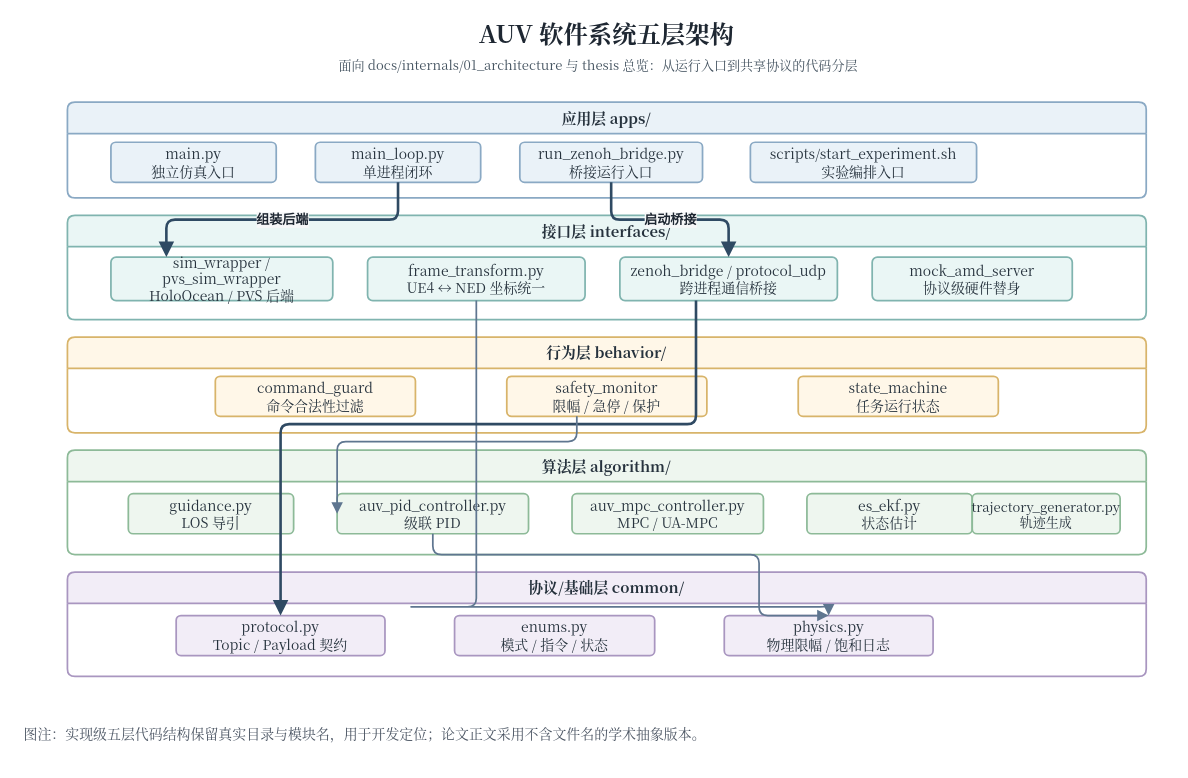
The draw.io diagram docs/internals/figures/architecture/auv_code_layer_architecture.drawio in 360ZMEM/AUV-Master-Project, before the edit. Source tidied: cells renumbered, new cells numbered last; positions are measured from the earlier drawing's top-left corner, leaving out a move shared by most shapes. Both pictures are drawn from the tidied source at 87%, with x=0, y=0 at pixel (15, 15).
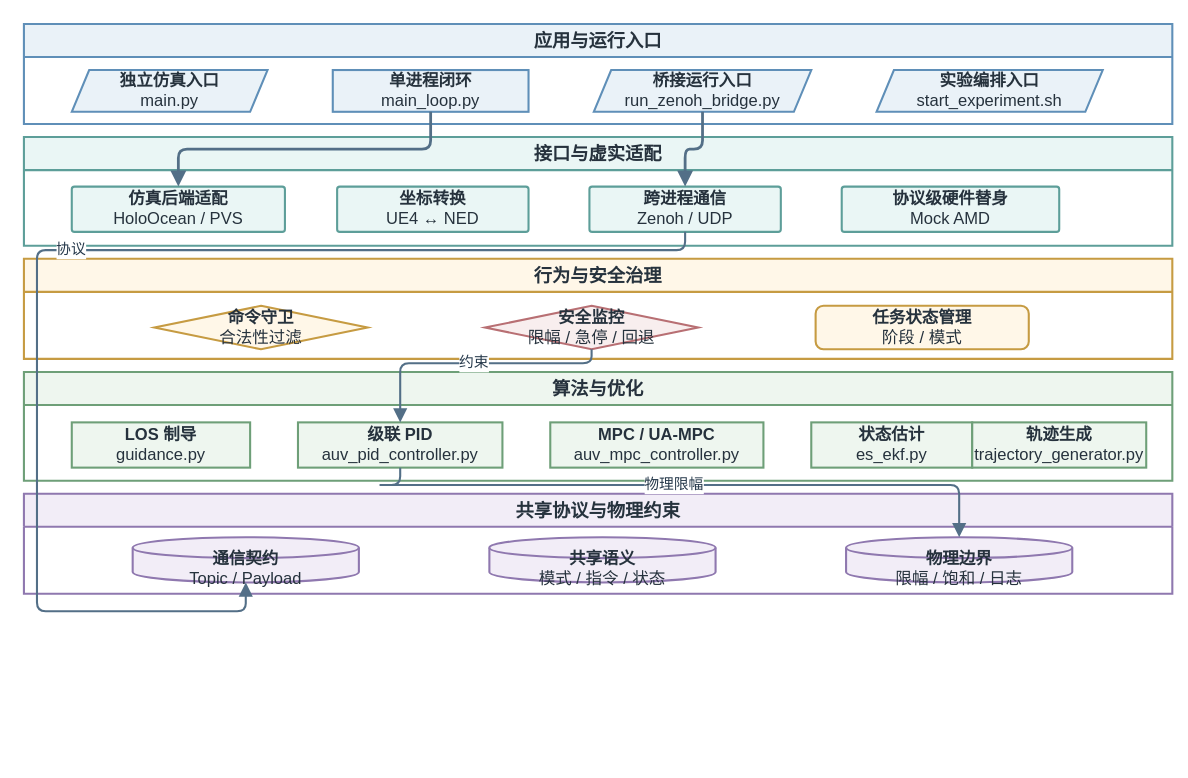
After the change.

The edit, as a diff of the source:
```diff
@@
-    <mxCell id="2" value="AUV 软件系统五层架构" style="text;html=1;strokeColor=none;fillColor=none;align=center;verticalAlign=middle;whiteSpace=wrap;rounded=0;fontFamily=Noto Serif CJK SC,Times New Roman;fontSize=28;fontStyle=1;fontColor=#1E2732;" parent="1" vertex="1">
-      <mxGeometry x="370" width="620" height="40" as="geometry" />
-    </mxCell>
-    <mxCell id="3" value="面向 docs/internals/01_architecture 与 thesis 总览：从运行入口到共享协议的代码分层" style="text;html=1;strokeColor=none;fillColor=none;align=left;verticalAlign=top;whiteSpace=wrap;rounded=0;fontFamily=Noto Serif CJK SC,Times New Roman;fontSize=15;fontColor=#43525F;" parent="1" vertex="1">
-      <mxGeometry x="370" y="42" width="660" height="34" as="geometry" />
-    </mxCell>
-    <mxCell id="4" value="应用层 apps/" style="swimlane;whiteSpace=wrap;html=1;startSize=36;rounded=1;arcSize=8;fillColor=#EAF2F8;strokeColor=#8AA9C4;strokeWidth=2;fontFamily=Noto Serif CJK SC,Times New Roman;fontSize=16;fontColor=#26323D;fontStyle=1;fontSize=17;" parent="1" vertex="1">
-      <mxGeometry x="60" y="100" width="1240" height="110" as="geometry" />
-    </mxCell>
-    <mxCell id="5" value="接口层 interfaces/" style="swimlane;whiteSpace=wrap;html=1;startSize=36;rounded=1;arcSize=8;fillColor=#EAF6F5;strokeColor=#80B4AF;strokeWidth=2;fontFamily=Noto Serif CJK SC,Times New Roman;fontSize=16;fontColor=#26323D;fontStyle=1;fontSize=17;" parent="1" vertex="1">
-      <mxGeometry x="60" y="230" width="1240" height="120" as="geometry" />
-    </mxCell>
-    <mxCell id="6" value="行为层 behavior/" style="swimlane;whiteSpace=wrap;html=1;startSize=36;rounded=1;arcSize=8;fillColor=#FFF7E8;strokeColor=#D8B46A;strokeWidth=2;fontFamily=Noto Serif CJK SC,Times New Roman;fontSize=16;fontColor=#26323D;fontStyle=1;fontSize=17;" parent="1" vertex="1">
-      <mxGeometry x="60" y="370" width="1240" height="110" as="geometry" />
-    </mxCell>
-    <mxCell id="7" value="算法层 algorithm/" style="swimlane;whiteSpace=wrap;html=1;startSize=36;rounded=1;arcSize=8;fillColor=#EEF6EF;strokeColor=#8DBA98;strokeWidth=2;fontFamily=Noto Serif CJK SC,Times New Roman;fontSize=16;fontColor=#26323D;fontStyle=1;fontSize=17;" parent="1" vertex="1">
-      <mxGeometry x="60" y="500" width="1240" height="120" as="geometry" />
-    </mxCell>
-    <mxCell id="8" value="协议/基础层 common/" style="swimlane;whiteSpace=wrap;html=1;startSize=36;rounded=1;arcSize=8;fillColor=#F2EDF7;strokeColor=#A996C0;strokeWidth=2;fontFamily=Noto Serif CJK SC,Times New Roman;fontSize=16;fontColor=#26323D;fontStyle=1;fontSize=17;" parent="1" vertex="1">
-      <mxGeometry x="60" y="640" width="1240" height="120" as="geometry" />
-    </mxCell>
-    <mxCell id="9" value="main.py&#10;独立仿真入口" style="rounded=1;whiteSpace=wrap;html=1;arcSize=12;fillColor=#EAF2F8;strokeColor=#8AA9C4;strokeWidth=2;spacing=8;shadow=0;fontFamily=Noto Serif CJK SC,Times New Roman;fontSize=16;fontColor=#26323D;" parent="4" vertex="1">
-      <mxGeometry x="50" y="46" width="190" height="46" as="geometry" />
-    </mxCell>
-    <mxCell id="10" value="main_loop.py&#10;单进程闭环" style="rounded=1;whiteSpace=wrap;html=1;arcSize=12;fillColor=#EAF2F8;strokeColor=#8AA9C4;strokeWidth=2;spacing=8;shadow=0;fontFamily=Noto Serif CJK SC,Times New Roman;fontSize=16;fontColor=#26323D;" parent="4" vertex="1">
-      <mxGeometry x="285" y="46" width="190" height="46" as="geometry" />
-    </mxCell>
-    <mxCell id="11" value="run_zenoh_bridge.py&#10;桥接运行入口" style="rounded=1;whiteSpace=wrap;html=1;arcSize=12;fillColor=#EAF2F8;strokeColor=#8AA9C4;strokeWidth=2;spacing=8;shadow=0;fontFamily=Noto Serif CJK SC,Times New Roman;fontSize=16;fontColor=#26323D;" parent="4" vertex="1">
-      <mxGeometry x="520" y="46" width="210" height="46" as="geometry" />
-    </mxCell>
-    <mxCell id="12" value="scripts/start_experiment.sh&#10;实验编排入口" style="rounded=1;whiteSpace=wrap;html=1;arcSize=12;fillColor=#EAF2F8;strokeColor=#8AA9C4;strokeWidth=2;spacing=8;shadow=0;fontFamily=Noto Serif CJK SC,Times New Roman;fontSize=16;fontColor=#26323D;" parent="4" vertex="1">
-      <mxGeometry x="785" y="46" width="260" height="46" as="geometry" />
-    </mxCell>
-    <mxCell id="13" value="sim_wrapper / pvs_sim_wrapper&#10;HoloOcean / PVS 后端" style="rounded=1;whiteSpace=wrap;html=1;arcSize=12;fillColor=#EAF6F5;strokeColor=#80B4AF;strokeWidth=2;spacing=8;shadow=0;fontFamily=Noto Serif CJK SC,Times New Roman;fontSize=16;fontColor=#26323D;" parent="5" vertex="1">
-      <mxGeometry x="50" y="48" width="255" height="50" as="geometry" />
-    </mxCell>
-    <mxCell id="14" value="frame_transform.py&#10;UE4 ↔ NED 坐标统一" style="rounded=1;whiteSpace=wrap;html=1;arcSize=12;fillColor=#EAF6F5;strokeColor=#80B4AF;strokeWidth=2;spacing=8;shadow=0;fontFamily=Noto Serif CJK SC,Times New Roman;fontSize=16;fontColor=#26323D;" parent="5" vertex="1">
-      <mxGeometry x="345" y="48" width="250" height="50" as="geometry" />
-    </mxCell>
-    <mxCell id="15" value="zenoh_bridge / protocol_udp&#10;跨进程通信桥接" style="rounded=1;whiteSpace=wrap;html=1;arcSize=12;fillColor=#EAF6F5;strokeColor=#80B4AF;strokeWidth=2;spacing=8;shadow=0;fontFamily=Noto Serif CJK SC,Times New Roman;fontSize=16;fontColor=#26323D;" parent="5" vertex="1">
-      <mxGeometry x="635" y="48" width="250" height="50" as="geometry" />
-    </mxCell>
-    <mxCell id="16" value="mock_amd_server&#10;协议级硬件替身" style="rounded=1;whiteSpace=wrap;html=1;arcSize=12;fillColor=#EAF6F5;strokeColor=#80B4AF;strokeWidth=2;spacing=8;shadow=0;fontFamily=Noto Serif CJK SC,Times New Roman;fontSize=16;fontColor=#26323D;" parent="5" vertex="1">
-      <mxGeometry x="925" y="48" width="230" height="50" as="geometry" />
-    </mxCell>
-    <mxCell id="17" value="command_guard&#10;命令合法性过滤" style="rounded=1;whiteSpace=wrap;html=1;arcSize=12;fillColor=#FFF7E8;strokeColor=#D8B46A;strokeWidth=2;spacing=8;shadow=0;fontFamily=Noto Serif CJK SC,Times New Roman;fontSize=16;fontColor=#26323D;" parent="6" vertex="1">
-      <mxGeometry x="170" y="45" width="230" height="46" as="geometry" />
-    </mxCell>
-    <mxCell id="18" value="safety_monitor&#10;限幅 / 急停 / 保护" style="rounded=1;whiteSpace=wrap;html=1;arcSize=12;fillColor=#FFF7E8;strokeColor=#D8B46A;strokeWidth=2;spacing=8;shadow=0;fontFamily=Noto Serif CJK SC,Times New Roman;fontSize=16;fontColor=#26323D;" parent="6" vertex="1">
-      <mxGeometry x="505" y="45" width="230" height="46" as="geometry" />
-    </mxCell>
-    <mxCell id="19" value="state_machine&#10;任务运行状态" style="rounded=1;whiteSpace=wrap;html=1;arcSize=12;fillColor=#FFF7E8;strokeColor=#D8B46A;strokeWidth=2;spacing=8;shadow=0;fontFamily=Noto Serif CJK SC,Times New Roman;fontSize=16;fontColor=#26323D;" parent="6" vertex="1">
-      <mxGeometry x="840" y="45" width="230" height="46" as="geometry" />
-    </mxCell>
-    <mxCell id="20" value="guidance.py&#10;LOS 导引" style="rounded=1;whiteSpace=wrap;html=1;arcSize=12;fillColor=#EEF6EF;strokeColor=#8DBA98;strokeWidth=2;spacing=8;shadow=0;fontFamily=Noto Serif CJK SC,Times New Roman;fontSize=16;fontColor=#26323D;" parent="7" vertex="1">
-      <mxGeometry x="70" y="50" width="190" height="46" as="geometry" />
-    </mxCell>
-    <mxCell id="21" value="auv_pid_controller.py&#10;级联 PID" style="rounded=1;whiteSpace=wrap;html=1;arcSize=12;fillColor=#EEF6EF;strokeColor=#8DBA98;strokeWidth=2;spacing=8;shadow=0;fontFamily=Noto Serif CJK SC,Times New Roman;fontSize=16;fontColor=#26323D;" parent="7" vertex="1">
-      <mxGeometry x="310" y="50" width="220" height="46" as="geometry" />
-    </mxCell>
-    <mxCell id="22" value="auv_mpc_controller.py&#10;MPC / UA-MPC" style="rounded=1;whiteSpace=wrap;html=1;arcSize=12;fillColor=#EEF6EF;strokeColor=#8DBA98;strokeWidth=2;spacing=8;shadow=0;fontFamily=Noto Serif CJK SC,Times New Roman;fontSize=16;fontColor=#26323D;" parent="7" vertex="1">
-      <mxGeometry x="580" y="50" width="220" height="46" as="geometry" />
-    </mxCell>
-    <mxCell id="23" value="es_ekf.py&#10;状态估计" style="rounded=1;whiteSpace=wrap;html=1;arcSize=12;fillColor=#EEF6EF;strokeColor=#8DBA98;strokeWidth=2;spacing=8;shadow=0;fontFamily=Noto Serif CJK SC,Times New Roman;fontSize=16;fontColor=#26323D;" parent="7" vertex="1">
-      <mxGeometry x="850" y="50" width="190" height="46" as="geometry" />
-    </mxCell>
-    <mxCell id="24" value="trajectory_generator.py&#10;轨迹生成" style="rounded=1;whiteSpace=wrap;html=1;arcSize=12;fillColor=#EEF6EF;strokeColor=#8DBA98;strokeWidth=2;spacing=8;shadow=0;fontFamily=Noto Serif CJK SC,Times New Roman;fontSize=15;fontColor=#26323D;" parent="7" vertex="1">
-      <mxGeometry x="1040" y="50" width="170" height="46" as="geometry" />
-    </mxCell>
-    <mxCell id="25" value="protocol.py&#10;Topic / Payload 契约" style="rounded=1;whiteSpace=wrap;html=1;arcSize=12;fillColor=#F2EDF7;strokeColor=#A996C0;strokeWidth=2;spacing=8;shadow=0;fontFamily=Noto Serif CJK SC,Times New Roman;fontSize=16;fontColor=#26323D;" parent="8" vertex="1">
-      <mxGeometry x="125" y="50" width="240" height="46" as="geometry" />
-    </mxCell>
-    <mxCell id="26" value="enums.py&#10;模式 / 指令 / 状态" style="rounded=1;whiteSpace=wrap;html=1;arcSize=12;fillColor=#F2EDF7;strokeColor=#A996C0;strokeWidth=2;spacing=8;shadow=0;fontFamily=Noto Serif CJK SC,Times New Roman;fontSize=16;fontColor=#26323D;" parent="8" vertex="1">
-      <mxGeometry x="445" y="50" width="230" height="46" as="geometry" />
-    </mxCell>
-    <mxCell id="27" value="physics.py&#10;物理限幅 / 饱和日志" style="rounded=1;whiteSpace=wrap;html=1;arcSize=12;fillColor=#F2EDF7;strokeColor=#A996C0;strokeWidth=2;spacing=8;shadow=0;fontFamily=Noto Serif CJK SC,Times New Roman;fontSize=16;fontColor=#26323D;" parent="8" vertex="1">
-      <mxGeometry x="755" y="50" width="240" height="46" as="geometry" />
-    </mxCell>
+    <mxCell id="35" value="应用与运行入口" style="swimlane;whiteSpace=wrap;html=1;startSize=38;rounded=0;fillColor=#EAF2F8;strokeColor=#5F8FB8;strokeWidth=2.4;fontFamily=Songti SC;fontSize=21;fontStyle=1;fontColor=#26323D;" parent="1" vertex="1">
+      <mxGeometry x="10" y="10" width="1320" height="115" as="geometry" />
+    </mxCell>
+    <mxCell id="36" value="接口与虚实适配" style="swimlane;whiteSpace=wrap;html=1;startSize=38;rounded=0;fillColor=#EAF6F5;strokeColor=#5D9E99;strokeWidth=2.4;fontFamily=Songti SC;fontSize=21;fontStyle=1;fontColor=#26323D;" parent="1" vertex="1">
+      <mxGeometry x="10" y="140" width="1320" height="125" as="geometry" />
+    </mxCell>
+    <mxCell id="37" value="行为与安全治理" style="swimlane;whiteSpace=wrap;html=1;startSize=38;rounded=0;fillColor=#FFF7E8;strokeColor=#C69B42;strokeWidth=2.4;fontFamily=Songti SC;fontSize=21;fontStyle=1;fontColor=#26323D;" parent="1" vertex="1">
+      <mxGeometry x="10" y="280" width="1320" height="115" as="geometry" />
+    </mxCell>
+    <mxCell id="38" value="算法与优化" style="swimlane;whiteSpace=wrap;html=1;startSize=38;rounded=0;fillColor=#EEF6EF;strokeColor=#6E9F78;strokeWidth=2.4;fontFamily=Songti SC;fontSize=21;fontStyle=1;fontColor=#26323D;" parent="1" vertex="1">
+      <mxGeometry x="10" y="410" width="1320" height="125" as="geometry" />
+    </mxCell>
+    <mxCell id="39" value="共享协议与物理约束" style="swimlane;whiteSpace=wrap;html=1;startSize=38;rounded=0;fillColor=#F2EDF7;strokeColor=#8F78AF;strokeWidth=2.4;fontFamily=Songti SC;fontSize=21;fontStyle=1;fontColor=#26323D;" parent="1" vertex="1">
+      <mxGeometry x="10" y="550" width="1320" height="115" as="geometry" />
+    </mxCell>
+    <mxCell id="40" value="&lt;b&gt;独立仿真入口&lt;/b&gt;&lt;br&gt;main.py" style="shape=parallelogram;perimeter=parallelogramPerimeter;fixedSize=1;whiteSpace=wrap;html=1;align=center;verticalAlign=middle;fillColor=#EAF2F8;strokeColor=#5F8FB8;strokeWidth=2.4;spacing=8;fontFamily=Songti SC;fontSize=19;fontColor=#26323D;" parent="35" vertex="1">
+      <mxGeometry x="55" y="53" width="225" height="48" as="geometry" />
+    </mxCell>
+    <mxCell id="41" value="&lt;b&gt;单进程闭环&lt;/b&gt;&lt;br&gt;main_loop.py" style="rounded=0;whiteSpace=wrap;html=1;align=center;verticalAlign=middle;fillColor=#EAF2F8;strokeColor=#5F8FB8;strokeWidth=2.4;spacing=8;fontFamily=Songti SC;fontSize=19;fontColor=#26323D;" parent="35" vertex="1">
+      <mxGeometry x="355" y="53" width="225" height="48" as="geometry" />
+    </mxCell>
+    <mxCell id="42" value="&lt;b&gt;桥接运行入口&lt;/b&gt;&lt;br&gt;run_zenoh_bridge.py" style="shape=parallelogram;perimeter=parallelogramPerimeter;fixedSize=1;whiteSpace=wrap;html=1;align=center;verticalAlign=middle;fillColor=#EAF2F8;strokeColor=#5F8FB8;strokeWidth=2.4;spacing=8;fontFamily=Songti SC;fontSize=19;fontColor=#26323D;" parent="35" vertex="1">
+      <mxGeometry x="655" y="53" width="250" height="48" as="geometry" />
+    </mxCell>
+    <mxCell id="43" value="&lt;b&gt;实验编排入口&lt;/b&gt;&lt;br&gt;start_experiment.sh" style="shape=parallelogram;perimeter=parallelogramPerimeter;fixedSize=1;whiteSpace=wrap;html=1;align=center;verticalAlign=middle;fillColor=#EAF2F8;strokeColor=#5F8FB8;strokeWidth=2.4;spacing=8;fontFamily=Songti SC;fontSize=19;fontColor=#26323D;" parent="35" vertex="1">
+      <mxGeometry x="980" y="53" width="260" height="48" as="geometry" />
+    </mxCell>
+    <mxCell id="44" value="&lt;b&gt;仿真后端适配&lt;/b&gt;&lt;br&gt;HoloOcean / PVS" style="rounded=1;arcSize=6;whiteSpace=wrap;html=1;align=center;verticalAlign=middle;fillColor=#EAF6F5;strokeColor=#5D9E99;strokeWidth=2.4;spacing=8;fontFamily=Songti SC;fontSize=19;fontColor=#26323D;" parent="36" vertex="1">
+      <mxGeometry x="55" y="57" width="245" height="52" as="geometry" />
+    </mxCell>
+    <mxCell id="45" value="&lt;b&gt;坐标转换&lt;/b&gt;&lt;br&gt;UE4 ↔ NED" style="rounded=1;arcSize=6;whiteSpace=wrap;html=1;align=center;verticalAlign=middle;fillColor=#EAF6F5;strokeColor=#5D9E99;strokeWidth=2.4;spacing=8;fontFamily=Songti SC;fontSize=19;fontColor=#26323D;" parent="36" vertex="1">
+      <mxGeometry x="360" y="57" width="220" height="52" as="geometry" />
+    </mxCell>
+    <mxCell id="46" value="&lt;b&gt;跨进程通信&lt;/b&gt;&lt;br&gt;Zenoh / UDP" style="rounded=1;arcSize=6;whiteSpace=wrap;html=1;align=center;verticalAlign=middle;fillColor=#EAF6F5;strokeColor=#5D9E99;strokeWidth=2.4;spacing=8;fontFamily=Songti SC;fontSize=19;fontColor=#26323D;" parent="36" vertex="1">
+      <mxGeometry x="650" y="57" width="220" height="52" as="geometry" />
+    </mxCell>
+    <mxCell id="47" value="&lt;b&gt;协议级硬件替身&lt;/b&gt;&lt;br&gt;Mock AMD" style="rounded=1;arcSize=6;whiteSpace=wrap;html=1;align=center;verticalAlign=middle;fillColor=#EAF6F5;strokeColor=#5D9E99;strokeWidth=2.4;spacing=8;fontFamily=Songti SC;fontSize=19;fontColor=#26323D;" parent="36" vertex="1">
+      <mxGeometry x="940" y="57" width="250" height="52" as="geometry" />
+    </mxCell>
+    <mxCell id="48" value="&lt;b&gt;命令守卫&lt;/b&gt;&lt;br&gt;合法性过滤" style="rhombus;whiteSpace=wrap;html=1;align=center;verticalAlign=middle;fillColor=#FFF7E8;strokeColor=#C69B42;strokeWidth=2.4;spacing=8;fontFamily=Songti SC;fontSize=19;fontColor=#26323D;" parent="37" vertex="1">
+      <mxGeometry x="150" y="54" width="245" height="50" as="geometry" />
+    </mxCell>
+    <mxCell id="49" value="&lt;b&gt;安全监控&lt;/b&gt;&lt;br&gt;限幅 / 急停 / 回退" style="rhombus;whiteSpace=wrap;html=1;align=center;verticalAlign=middle;fillColor=#F8EEEE;strokeColor=#B86F73;strokeWidth=2.4;spacing=8;fontFamily=Songti SC;fontSize=19;fontColor=#26323D;" parent="37" vertex="1">
+      <mxGeometry x="530" y="54" width="245" height="50" as="geometry" />
+    </mxCell>
+    <mxCell id="50" value="&lt;b&gt;任务状态管理&lt;/b&gt;&lt;br&gt;阶段 / 模式" style="rounded=1;arcSize=18;whiteSpace=wrap;html=1;align=center;verticalAlign=middle;fillColor=#FFF7E8;strokeColor=#C69B42;strokeWidth=2.4;spacing=8;fontFamily=Songti SC;fontSize=19;fontColor=#26323D;" parent="37" vertex="1">
+      <mxGeometry x="910" y="54" width="245" height="50" as="geometry" />
+    </mxCell>
+    <mxCell id="51" value="&lt;b&gt;LOS 制导&lt;/b&gt;&lt;br&gt;guidance.py" style="rounded=0;whiteSpace=wrap;html=1;align=center;verticalAlign=middle;fillColor=#EEF6EF;strokeColor=#6E9F78;strokeWidth=2.4;spacing=8;fontFamily=Songti SC;fontSize=19;fontColor=#26323D;" parent="38" vertex="1">
+      <mxGeometry x="55" y="58" width="205" height="52" as="geometry" />
+    </mxCell>
+    <mxCell id="52" value="&lt;b&gt;级联 PID&lt;/b&gt;&lt;br&gt;auv_pid_controller.py" style="rounded=0;whiteSpace=wrap;html=1;align=center;verticalAlign=middle;fillColor=#EEF6EF;strokeColor=#6E9F78;strokeWidth=2.4;spacing=8;fontFamily=Songti SC;fontSize=19;fontColor=#26323D;" parent="38" vertex="1">
+      <mxGeometry x="315" y="58" width="235" height="52" as="geometry" />
+    </mxCell>
+    <mxCell id="53" value="&lt;b&gt;MPC / UA-MPC&lt;/b&gt;&lt;br&gt;auv_mpc_controller.py" style="rounded=0;whiteSpace=wrap;html=1;align=center;verticalAlign=middle;fillColor=#EEF6EF;strokeColor=#6E9F78;strokeWidth=2.4;spacing=8;fontFamily=Songti SC;fontSize=19;fontColor=#26323D;" parent="38" vertex="1">
+      <mxGeometry x="605" y="58" width="245" height="52" as="geometry" />
+    </mxCell>
+    <mxCell id="54" value="&lt;b&gt;状态估计&lt;/b&gt;&lt;br&gt;es_ekf.py" style="rounded=0;whiteSpace=wrap;html=1;align=center;verticalAlign=middle;fillColor=#EEF6EF;strokeColor=#6E9F78;strokeWidth=2.4;spacing=8;fontFamily=Songti SC;fontSize=19;fontColor=#26323D;" parent="38" vertex="1">
+      <mxGeometry x="905" y="58" width="185" height="52" as="geometry" />
+    </mxCell>
+    <mxCell id="55" value="&lt;b&gt;轨迹生成&lt;/b&gt;&lt;br&gt;trajectory_generator.py" style="rounded=0;whiteSpace=wrap;html=1;align=center;verticalAlign=middle;fillColor=#EEF6EF;strokeColor=#6E9F78;strokeWidth=2.4;spacing=8;fontFamily=Songti SC;fontSize=19;fontColor=#26323D;" parent="38" vertex="1">
+      <mxGeometry x="1090" y="58" width="200" height="52" as="geometry" />
+    </mxCell>
+    <mxCell id="56" value="&lt;b&gt;通信契约&lt;/b&gt;&lt;br&gt;Topic / Payload" style="shape=cylinder3;boundedLbl=1;backgroundOutline=1;size=12;whiteSpace=wrap;html=1;align=center;verticalAlign=middle;fillColor=#F2EDF7;strokeColor=#8F78AF;strokeWidth=2.4;spacing=8;fontFamily=Songti SC;fontSize=19;fontColor=#26323D;" parent="39" vertex="1">
+      <mxGeometry x="125" y="50" width="260" height="52" as="geometry" />
+    </mxCell>
+    <mxCell id="57" value="&lt;b&gt;共享语义&lt;/b&gt;&lt;br&gt;模式 / 指令 / 状态" style="shape=cylinder3;boundedLbl=1;backgroundOutline=1;size=12;whiteSpace=wrap;html=1;align=center;verticalAlign=middle;fillColor=#F2EDF7;strokeColor=#8F78AF;strokeWidth=2.4;spacing=8;fontFamily=Songti SC;fontSize=19;fontColor=#26323D;" parent="39" vertex="1">
+      <mxGeometry x="535" y="50" width="260" height="52" as="geometry" />
+    </mxCell>
+    <mxCell id="58" value="&lt;b&gt;物理边界&lt;/b&gt;&lt;br&gt;限幅 / 饱和 / 日志" style="shape=cylinder3;boundedLbl=1;backgroundOutline=1;size=12;whiteSpace=wrap;html=1;align=center;verticalAlign=middle;fillColor=#F2EDF7;strokeColor=#8F78AF;strokeWidth=2.4;spacing=8;fontFamily=Songti SC;fontSize=19;fontColor=#26323D;" parent="39" vertex="1">
+      <mxGeometry x="945" y="50" width="260" height="52" as="geometry" />
+    </mxCell>
-    <mxCell id="28" value="组装后端" style="edgeStyle=orthogonalEdgeStyle;rounded=1;jettySize=auto;html=1;strokeColor=#2F4A63;fontColor=#1E2732;fontSize=15;fontStyle=1;strokeWidth=3;labelBackgroundColor=#F6F7F8;labelBorderColor=none;endArrow=block;endFill=1;endSize=10;exitX=0.5;exitY=1;entryX=0.25;entryY=0;" parent="1" edge="1" source="10" target="13">
+    <mxCell id="28" style="edgeStyle=orthogonalEdgeStyle;rounded=1;jettySize=auto;html=1;strokeColor=#536F87;strokeWidth=3.2;fontFamily=Songti SC;fontSize=18;fontStyle=1;fontColor=#25384A;labelBackgroundColor=#FFFFFF;labelBorderColor=none;endArrow=block;endFill=1;endSize=10;exitX=0.5;exitY=1;entryX=0.5;entryY=0;" parent="1" edge="1" source="41" target="44">
       <mxGeometry relative="1" as="geometry" />
     </mxCell>
-    <mxCell id="29" value="启动桥接" style="edgeStyle=orthogonalEdgeStyle;rounded=1;jettySize=auto;html=1;strokeColor=#2F4A63;fontColor=#1E2732;fontSize=15;fontStyle=1;strokeWidth=3;labelBackgroundColor=#F6F7F8;labelBorderColor=none;endArrow=block;endFill=1;endSize=10;exitX=0.5;exitY=1;entryX=0.5;entryY=0;" parent="1" edge="1" source="11" target="15">
+    <mxCell id="29" style="edgeStyle=orthogonalEdgeStyle;rounded=1;jettySize=auto;html=1;strokeColor=#536F87;strokeWidth=3.2;fontFamily=Songti SC;fontSize=18;fontStyle=1;fontColor=#25384A;labelBackgroundColor=#FFFFFF;labelBorderColor=none;endArrow=block;endFill=1;endSize=10;exitX=0.5;exitY=1;entryX=0.5;entryY=0;" parent="1" edge="1" source="42" target="46">
       <mxGeometry relative="1" as="geometry" />
     </mxCell>
-    <mxCell id="30" style="edgeStyle=orthogonalEdgeStyle;rounded=1;jettySize=auto;html=1;strokeColor=#5F7690;fontColor=#3B4A57;fontSize=15;strokeWidth=2;labelBackgroundColor=#F6F7F8;labelBorderColor=none;endArrow=block;endFill=1;endSize=8;exitX=0.5;exitY=1;entryX=0.5;entryY=0;" parent="1" edge="1" source="14" target="27">
+    <mxCell id="30" value="协议" style="edgeStyle=orthogonalEdgeStyle;rounded=1;jettySize=auto;html=1;strokeColor=#536F87;strokeWidth=2.4;fontFamily=Songti SC;fontSize=17;fontColor=#25384A;labelBackgroundColor=#FFFFFF;labelBorderColor=none;endArrow=block;endFill=1;endSize=10;exitX=0.5;exitY=1;entryX=0.5;entryY=1;" parent="1" edge="1" source="46" target="56">
       <mxGeometry relative="1" as="geometry">
         <Array as="points">
-          <mxPoint x="450" y="680" />
-          <mxPoint x="855" y="680" />
+          <mxPoint x="770" y="270" />
+          <mxPoint x="25" y="270" />
+          <mxPoint x="25" y="685" />
+          <mxPoint x="265" y="685" />
         </Array>
       </mxGeometry>
     </mxCell>
-    <mxCell id="31" style="edgeStyle=orthogonalEdgeStyle;rounded=1;jettySize=auto;html=1;strokeColor=#2F4A63;fontColor=#1E2732;fontSize=15;fontStyle=1;strokeWidth=3;labelBackgroundColor=#F6F7F8;labelBorderColor=none;endArrow=block;endFill=1;endSize=10;exitX=0.35;exitY=1;entryX=0.5;entryY=0;" parent="1" edge="1" source="15" target="25">
+    <mxCell id="31" value="约束" style="edgeStyle=orthogonalEdgeStyle;rounded=1;jettySize=auto;html=1;strokeColor=#536F87;strokeWidth=2.4;fontFamily=Songti SC;fontSize=17;fontColor=#25384A;labelBackgroundColor=#FFFFFF;labelBorderColor=none;endArrow=block;endFill=1;endSize=10;exitX=0.5;exitY=1;entryX=0.5;entryY=0;" parent="1" edge="1" source="49" target="52">
       <mxGeometry relative="1" as="geometry">
         <Array as="points">
-          <mxPoint x="740" y="470" />
-          <mxPoint x="225" y="470" />
+          <mxPoint x="630" y="400" />
+          <mxPoint x="415" y="400" />
         </Array>
       </mxGeometry>
     </mxCell>
-    <mxCell id="32" style="edgeStyle=orthogonalEdgeStyle;rounded=1;jettySize=auto;html=1;strokeColor=#5F7690;fontColor=#3B4A57;fontSize=15;strokeWidth=2;labelBackgroundColor=#F6F7F8;labelBorderColor=none;endArrow=block;endFill=1;endSize=8;exitX=0.35;exitY=1;entryX=0;entryY=0.5;" parent="1" edge="1" source="18" target="21">
+    <mxCell id="32" value="物理限幅" style="edgeStyle=orthogonalEdgeStyle;rounded=1;jettySize=auto;html=1;strokeColor=#536F87;strokeWidth=2.4;fontFamily=Songti SC;fontSize=17;fontColor=#25384A;labelBackgroundColor=#FFFFFF;labelBorderColor=none;endArrow=block;endFill=1;endSize=10;exitX=0.5;exitY=1;entryX=0.5;entryY=0;" parent="1" edge="1" source="52" target="58">
       <mxGeometry relative="1" as="geometry">
         <Array as="points">
-          <mxPoint x="570" y="490" />
-          <mxPoint x="290" y="490" />
+          <mxPoint x="415" y="540" />
+          <mxPoint x="1055" y="540" />
         </Array>
       </mxGeometry>
     </mxCell>
-    <mxCell id="33" style="edgeStyle=orthogonalEdgeStyle;rounded=1;jettySize=auto;html=1;strokeColor=#5F7690;fontColor=#3B4A57;fontSize=15;strokeWidth=2;labelBackgroundColor=#F6F7F8;labelBorderColor=none;endArrow=block;endFill=1;endSize=8;exitX=0.5;exitY=1;entryX=0.5;entryY=0;" parent="1" edge="1" source="21" target="27">
-      <mxGeometry relative="1" as="geometry">
-        <Array as="points">
-          <mxPoint x="480" y="620" />
-          <mxPoint x="855" y="620" />
-        </Array>
-      </mxGeometry>
-    </mxCell>
-    <mxCell id="34" value="图注：实现级五层代码结构保留真实目录与模块名，用于开发定位；论文正文采用不含文件名的学术抽象版本。" style="text;html=1;align=left;verticalAlign=middle;whiteSpace=wrap;fontFamily=Noto Serif CJK SC;fontSize=16;fontColor=#4B5563;spacingLeft=8;spacingRight=8;" parent="1" vertex="1">
-      <mxGeometry y="790" width="1280" height="70" as="geometry" />
-    </mxCell>
```
